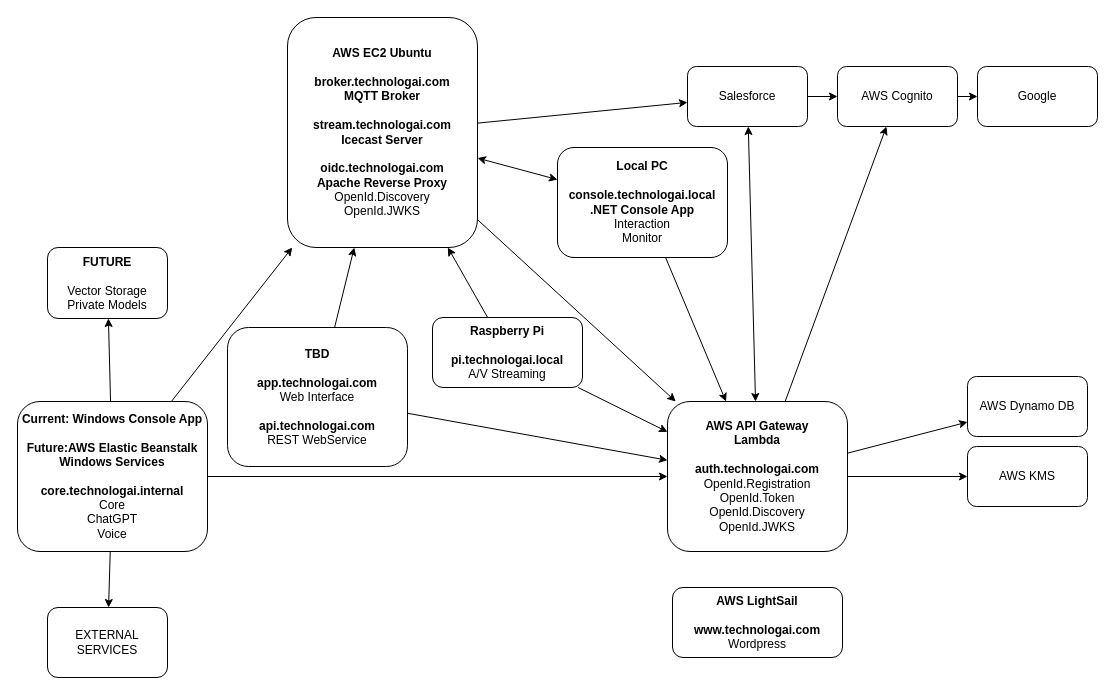
The draw.io diagram Assets/TechnologaiEnvironments.drawio in john-s4d/TechnologAI, before the edit. Source tidied: cells renumbered, new cells numbered last; positions are measured from the earlier drawing's top-left corner, leaving out a move shared by most shapes. Both pictures are drawn from the tidied source at 100%, with x=0, y=0 at pixel (17, 17).
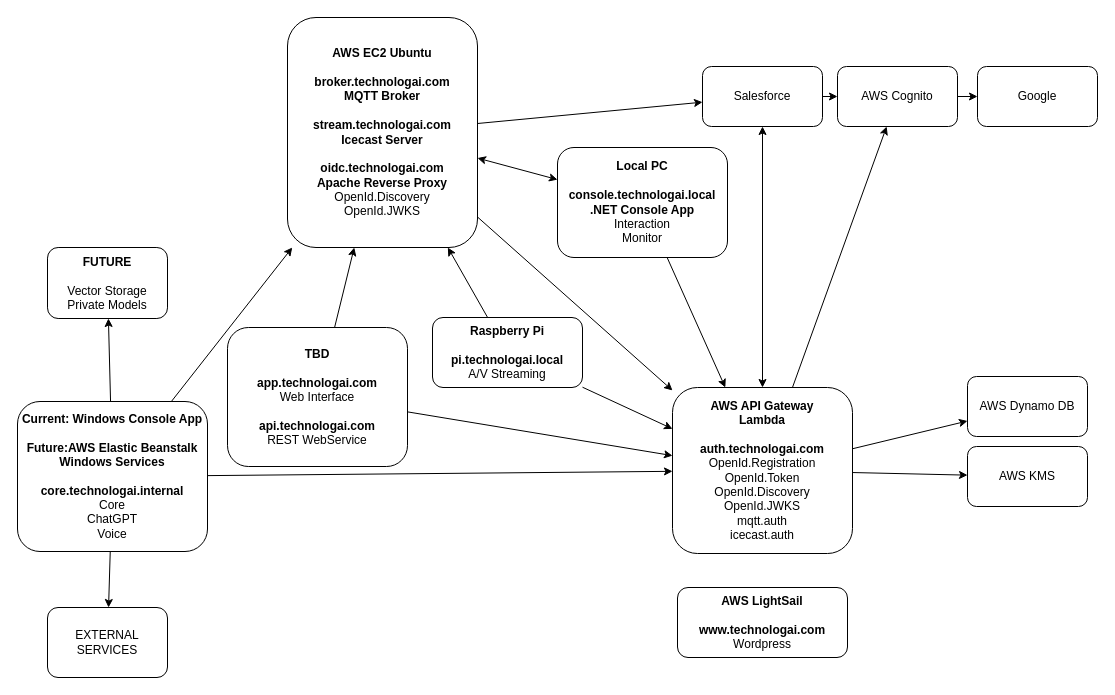
The same diagram, later.

Change to the diagram source:
```diff
@@
-    <mxCell id="2" value="&lt;b&gt;AWS API Gateway&lt;br&gt;Lambda&lt;br&gt;&lt;br&gt;auth.technologai.com&lt;/b&gt;&lt;br&gt;OpenId.Registration&lt;br&gt;OpenId.Token&lt;br&gt;OpenId.Discovery&lt;br style=&quot;border-color: var(--border-color);&quot;&gt;OpenId.JWKS" style="rounded=1;whiteSpace=wrap;html=1;" parent="1" vertex="1">
-      <mxGeometry x="650" y="384" width="180" height="150" as="geometry" />
+    <mxCell id="2" value="&lt;b&gt;AWS API Gateway&lt;br&gt;Lambda&lt;br&gt;&lt;br&gt;auth.technologai.com&lt;/b&gt;&lt;br&gt;OpenId.Registration&lt;br&gt;OpenId.Token&lt;br&gt;OpenId.Discovery&lt;br style=&quot;border-color: var(--border-color);&quot;&gt;OpenId.JWKS&lt;br&gt;mqtt.auth&lt;br&gt;icecast.auth" style="rounded=1;whiteSpace=wrap;html=1;" parent="1" vertex="1">
+      <mxGeometry x="655" y="370" width="180" height="166" as="geometry" />
     </mxCell>
@@
     <mxCell id="4" value="Salesforce" style="rounded=1;whiteSpace=wrap;html=1;" parent="1" vertex="1">
-      <mxGeometry x="670" y="49" width="120" height="60" as="geometry" />
+      <mxGeometry x="685" y="49" width="120" height="60" as="geometry" />
     </mxCell>
@@
     <mxCell id="6" value="&lt;b&gt;AWS LightSail&lt;br&gt;&lt;br&gt;www.technologai.com&lt;/b&gt;&lt;br&gt;Wordpress" style="rounded=1;whiteSpace=wrap;html=1;" parent="1" vertex="1">
-      <mxGeometry x="655" y="570" width="170" height="70" as="geometry" />
+      <mxGeometry x="660" y="570" width="170" height="70" as="geometry" />
     </mxCell>
```
